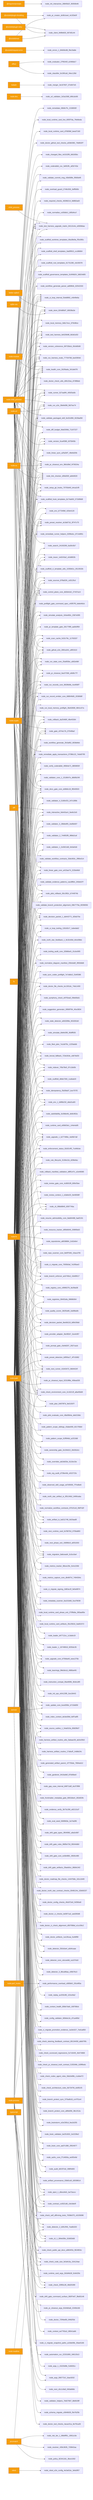
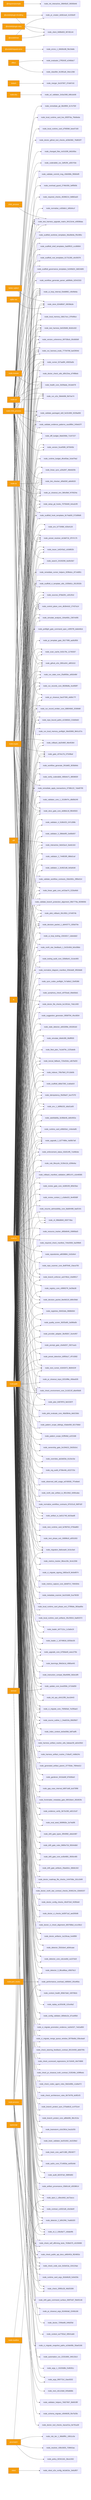
graph LR
  ext_inquirer_prompts_4d547149["@inquirer/prompts"] --> node_init_interactive_28845b2f_39350b46
  ext_octokit_plugin_retry_c9aecc53["@octokit/plugin-retry"] --> node_client_948fe603_907d5144
  ext_octokit_plugin_throttling_7909ece3["@octokit/plugin-throttling"] --> node_client_948fe603_907d5144
  ext_octokit_plugin_throttling_7909ece3["@octokit/plugin-throttling"] --> node_pr_creator_dc6b1ea4_4c333e0f
  ext_octokit_request_error_98ae13cc["@octokit/request-error"] --> node_errors_1_84b56c88_f9e19a8e
  ext_octokit_rest_c6e4d192["@octokit/rest"] --> node_client_948fe603_907d5144
  ext_octokit_rest_c6e4d192["@octokit/rest"] --> node_pr_creator_dc6b1ea4_4c333e0f
  ext_better_sqlite3_d7ed8f1a["better-sqlite3"] --> node_store_824d80d7_69038a3e
  ext_child_process_4845fa97["child_process"] --> node_test_harness_upgrade_matrix_84113c4e_e0838daa
  ext_diff_75a0ee1b["diff"] --> node_interactive_0eb42ac4_3ee6c3c6
  ext_effect_68d1dae1["effect"] --> node_classifier_fe1991a9_34ec128d
  ext_effect_68d1dae1["effect"] --> node_evaluator_27f6343f_e2466dc7
  ext_fs_3f4bb586["fs"] --> node_doctor_file_checks_bc1301dc_74dc1400
  ext_lodash_901466a5["lodash"] --> node_merger_3e167607_07e847e5
  ext_node_child_process_f62b7d19["node:child_process"] --> node_branch_enforcer_acb749cd_10e89517
  ext_node_child_process_f62b7d19["node:child_process"] --> node_changed_files_4c0102f6_bfd165bc
  ext_node_child_process_f62b7d19["node:child_process"] --> node_check_environment_core_2c16213f_a8a456d9
  ext_node_child_process_f62b7d19["node:child_process"] --> node_ci_migrate_core_7005b5af_7e295ae3
  ext_node_child_process_f62b7d19["node:child_process"] --> node_control_plane_core_db3b4cb2_27437a14
  ext_node_child_process_f62b7d19["node:child_process"] --> node_diff_budget_9da0268d_71167227
  ext_node_child_process_f62b7d19["node:child_process"] --> node_docs_gate_core_eb9b6c18_f8540503
  ext_node_child_process_f62b7d19["node:child_process"] --> node_doctor_check_utils_d0fc22ea_d74f86eb
  ext_node_child_process_f62b7d19["node:child_process"] --> node_doctor_github_tool_checks_a53b0382_76d832f7
  ext_node_child_process_f62b7d19["node:child_process"] --> node_github_e2e_2891a341_af6f1610
  ext_node_child_process_f62b7d19["node:child_process"] --> node_health_core_2b2fdada_341de678
  ext_node_child_process_f62b7d19["node:child_process"] --> node_linear_gate_core_a415ae74_222bd4b9
  ext_node_child_process_f62b7d19["node:child_process"] --> node_link_checker_d0fa555f_abfe9020
  ext_node_child_process_f62b7d19["node:child_process"] --> node_local_memory_0db17ecc_97fe98ce
  ext_node_child_process_f62b7d19["node:child_process"] --> node_local_runtime_card_d7fd59bf_beed7160
  ext_node_child_process_f62b7d19["node:child_process"] --> node_local_runtime_card_live_65f2f7da_7feb6eda
  ext_node_child_process_f62b7d19["node:child_process"] --> node_next_runner_41643472_9b94424f
  ext_node_child_process_f62b7d19["node:child_process"] --> node_pr_closeout_0ac07306_e8d9c77f
  ext_node_child_process_f62b7d19["node:child_process"] --> node_pr_closeout_env_9bfcd9ef_f476024a
-   ext_node_child_process_f62b7d19["node:child_process"] --> node_remediate_06b9c7fc_2158505f
+   ext_node_child_process_f62b7d19["node:child_process"] --> node_remediate_git_58c6f6f4_3c7e755f
  ext_node_child_process_f62b7d19["node:child_process"] --> node_run_e2e_39efe696_fb07ee74
  ext_node_child_process_f62b7d19["node:child_process"] --> node_run_harness_evals_77704768_ba42904d
  ext_node_child_process_f62b7d19["node:child_process"] --> node_runner_527aa9f4_40925a5b
  ext_node_child_process_f62b7d19["node:child_process"] --> node_scaffold_hook_templates_8c74ab50_572d99d9
  ext_node_child_process_f62b7d19["node:child_process"] --> node_search_24193290_6a30c5b7
  ext_node_child_process_f62b7d19["node:child_process"] --> node_setup_git_hooks_70750d40_b4ca2cf9
  ext_node_child_process_f62b7d19["node:child_process"] --> node_test_harness_6e520b98_6b3d1d32
  ext_node_child_process_f62b7d19["node:child_process"] --> node_test_harness_upgrade_matrix_84113c4e_e0838daa
  ext_node_child_process_f62b7d19["node:child_process"] --> node_ui_loop_internal_f2eb8892_c4b49e6a
  ext_node_child_process_f62b7d19["node:child_process"] --> node_validate_commit_msg_43b008fe_f9560ef9
+   ext_node_child_process_f62b7d19["node:child_process"] --> node_validate_evidence_patterns_cacd9fb4_240eb37f
  ext_node_child_process_f62b7d19["node:child_process"] --> node_validate_packaged_skill_5e32c890_9228ad58
  ext_node_child_process_f62b7d19["node:child_process"] --> node_version_coherence_69733bcb_00c8d5d9
  ext_node_crypto_c7dfc512["node:crypto"] --> node_artifact_io_ba511748_6d1faad8
  ext_node_crypto_c7dfc512["node:crypto"] --> node_check_environment_core_2c16213f_a8a456d9
  ext_node_crypto_c7dfc512["node:crypto"] --> node_ci_migrate_signing_2d82ac3f_9e5e8974
  ext_node_crypto_c7dfc512["node:crypto"] --> node_control_plane_core_db3b4cb2_27437a14
  ext_node_crypto_c7dfc512["node:crypto"] --> node_decision_packet_1_dd443771_92fa570e
  ext_node_crypto_c7dfc512["node:crypto"] --> node_decision_packet_8ee9d119_b89c59dd
  ext_node_crypto_c7dfc512["node:crypto"] --> node_docs_gate_core_eb9b6c18_f8540503
  ext_node_crypto_c7dfc512["node:crypto"] --> node_enforcement_status_92d314f5_7cd48cbe
  ext_node_crypto_c7dfc512["node:crypto"] --> node_env_b77349bf_420e4120
  ext_node_crypto_c7dfc512["node:crypto"] --> node_gate_c974e17b_07549baf
  ext_node_crypto_c7dfc512["node:crypto"] --> node_idempotency_f5d39a07_bce757f2
  ext_node_crypto_c7dfc512["node:crypto"] --> node_indexer_70fa78e5_97c1bb0b
  ext_node_crypto_c7dfc512["node:crypto"] --> node_lexical_fallback_723e2b3e_cdb7bd33
  ext_node_crypto_c7dfc512["node:crypto"] --> node_linear_sync_a2fa2bf7_48e6d20b
  ext_node_crypto_c7dfc512["node:crypto"] --> node_link_checker_d0fa555f_abfe9020
  ext_node_crypto_c7dfc512["node:crypto"] --> node_migration_8a6cead4_3c3cc0a4
  ext_node_crypto_c7dfc512["node:crypto"] --> node_normalise_cc83ddc1_b95d4ccf
  ext_node_crypto_c7dfc512["node:crypto"] --> node_normalize_diagram_manifest_259cbddf_3f92b8d6
  ext_node_crypto_c7dfc512["node:crypto"] --> node_north_star_feedback_1_9c32c60d_b0cd38dc
  ext_node_crypto_c7dfc512["node:crypto"] --> node_pilot_rollback_00c1f82c_b744974b
  ext_node_crypto_c7dfc512["node:crypto"] --> node_preset_resolver_dc3dd716_3f747c75
  ext_node_crypto_c7dfc512["node:crypto"] --> node_remediate_apply_transactions_0738b122_7ebd0795
  ext_node_crypto_c7dfc512["node:crypto"] --> node_required_checks_46396214_9d882ad3
  ext_node_crypto_c7dfc512["node:crypto"] --> node_rollback_da25480f_48e45364
  ext_node_crypto_c7dfc512["node:crypto"] --> node_run_record_emitter_core_688049d5_2036fd6f
  ext_node_crypto_c7dfc512["node:crypto"] --> node_run_records_core_89286dfa_4ce958f7
  ext_node_crypto_c7dfc512["node:crypto"] --> node_run_state_core_25a955bc_a562e9bf
  ext_node_crypto_c7dfc512["node:crypto"] --> node_scan_cache_fc02c79c_11793337
  ext_node_crypto_c7dfc512["node:crypto"] --> node_simulate_analysis_164a460c_2367e095
  ext_node_crypto_c7dfc512["node:crypto"] --> node_sources_878a52fc_cd312fcd
  ext_node_crypto_c7dfc512["node:crypto"] --> node_test_harness_upgrade_matrix_84113c4e_e0838daa
  ext_node_crypto_c7dfc512["node:crypto"] --> node_tracer_1e6243a2_cb3d802b
  ext_node_crypto_c7dfc512["node:crypto"] --> node_ui_loop_internal_f2eb8892_c4b49e6a
  ext_node_crypto_c7dfc512["node:crypto"] --> node_upgrade_1_b277486e_4a06b7a8
  ext_node_dns_828a0bbf["node:dns"] --> node_url_validator_3c5a1568_b9b1dc66
  ext_node_fs_a15b7d96["node:fs"] --> node_artifact_io_ba511748_6d1faad8
  ext_node_fs_a15b7d96["node:fs"] --> node_artifact_provenance_03b81cbf_d3038614
  ext_node_fs_a15b7d96["node:fs"] --> node_audit_b81f37a0_398f4d93
  ext_node_fs_a15b7d96["node:fs"] --> node_authz_core_f714650a_ee0f2e9d
  ext_node_fs_a15b7d96["node:fs"] --> node_brain_core_aa07c380_2f924977
  ext_node_fs_a15b7d96["node:fs"] --> node_brain_validator_be251832_2e2228e2
  ext_node_fs_a15b7d96["node:fs"] --> node_brainstorm_e2e2381d_fea1b255
  ext_node_fs_a15b7d96["node:fs"] --> node_branch_enforcer_acb749cd_10e89517
  ext_node_fs_a15b7d96["node:fs"] --> node_branch_protect_core_a8feb0fd_38c1f12a
  ext_node_fs_a15b7d96["node:fs"] --> node_branch_protect_sync_570adb18_cc4751e4
  ext_node_fs_a15b7d96["node:fs"] --> node_check_20f65c28_48d25399
  ext_node_fs_a15b7d96["node:fs"] --> node_check_architecture_rules_6b7347fd_dc8f2cf3
  ext_node_fs_a15b7d96["node:fs"] --> node_check_code_size_9c5efc3a_154124ae
  ext_node_fs_a15b7d96["node:fs"] --> node_check_codex_agent_roles_5bb2e89b_c1a9a472
  ext_node_fs_a15b7d96["node:fs"] --> node_check_environment_core_2c16213f_a8a456d9
  ext_node_fs_a15b7d96["node:fs"] --> node_check_pr_closeout_truth_contract_f135348c_b39f6edc
  ext_node_fs_a15b7d96["node:fs"] --> node_check_public_api_docs_a9604f1b_f824853c
  ext_node_fs_a15b7d96["node:fs"] --> node_check_scorecard_regressions_5c7c6445_4b474868
  ext_node_fs_a15b7d96["node:fs"] --> node_check_self_affirming_tests_7638e575_c6155698
  ext_node_fs_a15b7d96["node:fs"] --> node_check_steering_feedback_contract_80134459_abb076fc
  ext_node_fs_a15b7d96["node:fs"] --> node_ci_migrate_core_7005b5af_7e295ae3
+   ext_node_fs_a15b7d96["node:fs"] --> node_ci_migrate_merge_queue_window_0070bd6d_03bcdaa9
  ext_node_fs_a15b7d96["node:fs"] --> node_ci_migrate_promotion_evidence_1a2dc527_7ed1a850
-   ext_node_fs_a15b7d96["node:fs"] --> node_cli_1_084e05fe_02d92b68
+   ext_node_fs_a15b7d96["node:fs"] --> node_cli_2_10bc8a77_c6dab4fb
  ext_node_fs_a15b7d96["node:fs"] --> node_cli_99bb8840_659774ba
  ext_node_fs_a15b7d96["node:fs"] --> node_config_validator_669ebc2e_d7ca485d
  ext_node_fs_a15b7d96["node:fs"] --> node_context_health_80bb7da9_169768cb
  ext_node_fs_a15b7d96["node:fs"] --> node_contract_cc8321d6_c0e3de0f
  ext_node_fs_a15b7d96["node:fs"] --> node_control_plane_core_db3b4cb2_27437a14
  ext_node_fs_a15b7d96["node:fs"] --> node_decision_packet_1_dd443771_92fa570e
  ext_node_fs_a15b7d96["node:fs"] --> node_decision_packet_8ee9d119_b89c59dd
  ext_node_fs_a15b7d96["node:fs"] --> node_detector_2_b0fc2f46_7ea6b320
  ext_node_fs_a15b7d96["node:fs"] --> node_detector_3_86ca96aa_c95676c3
  ext_node_fs_a15b7d96["node:fs"] --> node_detector_core_cdccee8d_ca107dc8
  ext_node_fs_a15b7d96["node:fs"] --> node_detector_f2b3cbe4_a0d4caae
  ext_node_fs_a15b7d96["node:fs"] --> node_diff_budget_9da0268d_71167227
  ext_node_fs_a15b7d96["node:fs"] --> node_docs_gate_core_eb9b6c18_f8540503
  ext_node_fs_a15b7d96["node:fs"] --> node_doctor_artifacts_1a126caa_fcefdf99
  ext_node_fs_a15b7d96["node:fs"] --> node_doctor_check_utils_d0fc22ea_d74f86eb
  ext_node_fs_a15b7d96["node:fs"] --> node_doctor_ci_check_alignment_d50768bd_e1cc59c2
  ext_node_fs_a15b7d96["node:fs"] --> node_doctor_ci_checks_bd3971a2_aed260d6
  ext_node_fs_a15b7d96["node:fs"] --> node_doctor_config_checks_49c872e0_f42fb5e8
  ext_node_fs_a15b7d96["node:fs"] --> node_doctor_file_checks_bc1301dc_74dc1400
  ext_node_fs_a15b7d96["node:fs"] --> node_doctor_north_star_contract_checks_0048124c_02b00237
  ext_node_fs_a15b7d96["node:fs"] --> node_doctor_roadmap_file_checks_14447b8e_2d1c2d49
  ext_node_fs_a15b7d96["node:fs"] --> node_drift_gate_artifacts_29aeb0cc_86b9c342
  ext_node_fs_a15b7d96["node:fs"] --> node_drift_gate_core_ec6b4881_9500c485
  ext_node_fs_a15b7d96["node:fs"] --> node_drift_gate_rules_9685e72d_95044db0
  ext_node_fs_a15b7d96["node:fs"] --> node_drift_gate_types_3f045f82_a9a3c987
  ext_node_fs_a15b7d96["node:fs"] --> node_eject_1_d0ecd4d1_ba72accc
  ext_node_fs_a15b7d96["node:fs"] --> node_enforcement_status_92d314f5_7cd48cbe
  ext_node_fs_a15b7d96["node:fs"] --> node_env_1_b6f6b232_dda31a93
  ext_node_fs_a15b7d96["node:fs"] --> node_env_b77349bf_420e4120
  ext_node_fs_a15b7d96["node:fs"] --> node_eval_seed_5699fd3e_2a74a5f6
  ext_node_fs_a15b7d96["node:fs"] --> node_evidence_verify_3b73c290_e82131d7
  ext_node_fs_a15b7d96["node:fs"] --> node_fleet_plan_7a1dd79c_1225abdb
  ext_node_fs_a15b7d96["node:fs"] --> node_frontmatter_metadata_gate_6901bbe4_282d02fe
  ext_node_fs_a15b7d96["node:fs"] --> node_gap_case_internal_b9871ddf_dcd73f98
  ext_node_fs_a15b7d96["node:fs"] --> node_gardener_9416a9df_87b06be0
  ext_node_fs_a15b7d96["node:fs"] --> node_gate_c974e17b_07549baf
  ext_node_fs_a15b7d96["node:fs"] --> node_generated_artifact_parent_1f7755de_7894ed12
  ext_node_fs_a15b7d96["node:fs"] --> node_github_e2e_2891a341_af6f1610
  ext_node_fs_a15b7d96["node:fs"] --> node_harness_artifact_routine_17afacff_14dbb24c
  ext_node_fs_a15b7d96["node:fs"] --> node_harness_artifact_routine_utils_5abaac59_ab2e20b3
  ext_node_fs_a15b7d96["node:fs"] --> node_health_core_2b2fdada_341de678
  ext_node_fs_a15b7d96["node:fs"] --> node_idempotency_f5d39a07_bce757f2
  ext_node_fs_a15b7d96["node:fs"] --> node_index_context_de3ed39d_6df7adf5
  ext_node_fs_a15b7d96["node:fs"] --> node_indexer_70fa78e5_97c1bb0b
  ext_node_fs_a15b7d96["node:fs"] --> node_init_ops_e54123f9_3ce18443
  ext_node_fs_a15b7d96["node:fs"] --> node_instruction_compat_06a469fd_3b3e1df0
  ext_node_fs_a15b7d96["node:fs"] --> node_interactive_0eb42ac4_3ee6c3c6
  ext_node_fs_a15b7d96["node:fs"] --> node_learnings_9feb3e1d_4980a445
  ext_node_fs_a15b7d96["node:fs"] --> node_lexical_fallback_723e2b3e_cdb7bd33
  ext_node_fs_a15b7d96["node:fs"] --> node_linear_gate_core_a415ae74_222bd4b9
  ext_node_fs_a15b7d96["node:fs"] --> node_linear_sync_a2fa2bf7_48e6d20b
  ext_node_fs_a15b7d96["node:fs"] --> node_link_checker_d0fa555f_abfe9020
  ext_node_fs_a15b7d96["node:fs"] --> node_loader_1_16749818_9255dc35
  ext_node_fs_a15b7d96["node:fs"] --> node_loader_d47712cc_1c3a0e19
  ext_node_fs_a15b7d96["node:fs"] --> node_local_memory_0db17ecc_97fe98ce
  ext_node_fs_a15b7d96["node:fs"] --> node_local_runtime_card_artifacts_35c25816_0ad02372
  ext_node_fs_a15b7d96["node:fs"] --> node_local_runtime_card_phase_exit_275ffa9a_383aa95e
  ext_node_fs_a15b7d96["node:fs"] --> node_metadata_scanner_6a101b66_5ca79039
  ext_node_fs_a15b7d96["node:fs"] --> node_metrics_capture_core_db4bf7cf_7494304c
  ext_node_fs_a15b7d96["node:fs"] --> node_metrics_tracker_98cec29c_9c4c2266
  ext_node_fs_a15b7d96["node:fs"] --> node_migration_8a6cead4_3c3cc0a4
  ext_node_fs_a15b7d96["node:fs"] --> node_next_phase_exit_1fd996c9_a5f31003
  ext_node_fs_a15b7d96["node:fs"] --> node_next_runner_41643472_9b94424f
  ext_node_fs_a15b7d96["node:fs"] --> node_next_runtime_card_fa7867b3_0756a883
  ext_node_fs_a15b7d96["node:fs"] --> node_normalize_diagram_manifest_259cbddf_3f92b8d6
  ext_node_fs_a15b7d96["node:fs"] --> node_normalize_workflow_contracts_8701f1c8_0fdf7d2f
  ext_node_fs_a15b7d96["node:fs"] --> node_north_star_artifact_io_9f2c34b2_6490caba
  ext_node_fs_a15b7d96["node:fs"] --> node_north_star_feedback_1_9c32c60d_b0cd38dc
  ext_node_fs_a15b7d96["node:fs"] --> node_observed_skill_usage_ed7d5930_7f7edbe6
  ext_node_fs_a15b7d96["node:fs"] --> node_org_audit_d739e44b_e522723c
  ext_node_fs_a15b7d96["node:fs"] --> node_overrides_ab2dd33e_6115e15e
  ext_node_fs_a15b7d96["node:fs"] --> node_ownership_gate_2e194d13_2b02b2e1
  ext_node_fs_a15b7d96["node:fs"] --> node_pattern_scope_61ff946d_a1f21fd8
  ext_node_fs_a15b7d96["node:fs"] --> node_pattern_scope_siblings_43abe000_821756b0
  ext_node_fs_a15b7d96["node:fs"] --> node_pilot_evaluate_core_48a59b4a_deb218dc
  ext_node_fs_a15b7d96["node:fs"] --> node_pilot_rollback_00c1f82c_b744974b
  ext_node_fs_a15b7d96["node:fs"] --> node_plan_64879f7d_9e01597f
  ext_node_fs_a15b7d96["node:fs"] --> node_pr_closeout_0ac07306_e8d9c77f
  ext_node_fs_a15b7d96["node:fs"] --> node_pr_closeout_env_9bfcd9ef_f476024a
  ext_node_fs_a15b7d96["node:fs"] --> node_pr_closeout_input_02319f8e_456ea535
  ext_node_fs_a15b7d96["node:fs"] --> node_pr_template_gate_281778f9_aa0b3f59
  ext_node_fs_a15b7d96["node:fs"] --> node_preflight_gate_command_spec_c45f57f0_bdeb46cb
  ext_node_fs_a15b7d96["node:fs"] --> node_preset_detection_b0f00a17_4f7c5082
  ext_node_fs_a15b7d96["node:fs"] --> node_preset_resolver_dc3dd716_3f747c75
  ext_node_fs_a15b7d96["node:fs"] --> node_prompt_gate_c5e9d207_2927cacb
  ext_node_fs_a15b7d96["node:fs"] --> node_provider_adapter_3bcf82b7_3ce4cf67
  ext_node_fs_a15b7d96["node:fs"] --> node_quality_scorer_362f2a90_2a086a0b
  ext_node_fs_a15b7d96["node:fs"] --> node_registries_06402afa_0868b564
  ext_node_fs_a15b7d96["node:fs"] --> node_registry_core_c9990279_3e2fda38
  ext_node_fs_a15b7d96["node:fs"] --> node_remediate_apply_transactions_0738b122_7ebd0795
  ext_node_fs_a15b7d96["node:fs"] --> node_remediate_runner_helpers_929fedcc_8714d951
+   ext_node_fs_a15b7d96["node:fs"] --> node_repo_bound_paths_e218b5b3_216d0eb0
  ext_node_fs_a15b7d96["node:fs"] --> node_repo_scanner_core_8e9f7646_10aca705
  ext_node_fs_a15b7d96["node:fs"] --> node_repositories_a8038884_2c62efe4
+   ext_node_fs_a15b7d96["node:fs"] --> node_required_check_manifest_744e3936_5a20f8d5
  ext_node_fs_a15b7d96["node:fs"] --> node_resource_tracker_d95b6649_20895bd3
  ext_node_fs_a15b7d96["node:fs"] --> node_resume_admissibility_core_8ab84488_faaf2191
  ext_node_fs_a15b7d96["node:fs"] --> node_review_context_1_e3afed15_9e46568f
  ext_node_fs_a15b7d96["node:fs"] --> node_review_gate_core_4c8001f9_809cf3ee
  ext_node_fs_a15b7d96["node:fs"] --> node_rollback_da25480f_48e45364
  ext_node_fs_a15b7d96["node:fs"] --> node_rollback_manifest_validation_d8f5147c_e2e46585
  ext_node_fs_a15b7d96["node:fs"] --> node_rule_lifecycle_3130e11b_d296efac
  ext_node_fs_a15b7d96["node:fs"] --> node_run_e2e_39efe696_fb07ee74
  ext_node_fs_a15b7d96["node:fs"] --> node_run_harness_evals_77704768_ba42904d
  ext_node_fs_a15b7d96["node:fs"] --> node_run_record_emitter_core_688049d5_2036fd6f
  ext_node_fs_a15b7d96["node:fs"] --> node_run_records_core_89286dfa_4ce958f7
  ext_node_fs_a15b7d96["node:fs"] --> node_run_state_core_25a955bc_a562e9bf
  ext_node_fs_a15b7d96["node:fs"] --> node_runner_527aa9f4_40925a5b
+   ext_node_fs_a15b7d96["node:fs"] --> node_runtime_budget_dfce83ae_5cbd79a2
  ext_node_fs_a15b7d96["node:fs"] --> node_runtime_card_e06b53e1_144e4a95
  ext_node_fs_a15b7d96["node:fs"] --> node_satisfiability_6c08de4b_de8c902a
  ext_node_fs_a15b7d96["node:fs"] --> node_scaffold_ci_template_utils_1035b61c_0513532b
  ext_node_fs_a15b7d96["node:fs"] --> node_scaffold_db8a7260_1ca6adc9
  ext_node_fs_a15b7d96["node:fs"] --> node_scaffold_governance_templates_5c949d24_3d624d65
  ext_node_fs_a15b7d96["node:fs"] --> node_scaffold_hook_templates_8c74ab50_572d99d9
  ext_node_fs_a15b7d96["node:fs"] --> node_scaffold_root_templates_61731280_c6c59378
  ext_node_fs_a15b7d96["node:fs"] --> node_scaffold_shell_templates_0ad0f915_ccc86664
  ext_node_fs_a15b7d96["node:fs"] --> node_scaffold_worktree_templates_66a38e9a_ff3c085c
  ext_node_fs_a15b7d96["node:fs"] --> node_scan_cache_fc02c79c_11793337
  ext_node_fs_a15b7d96["node:fs"] --> node_setup_git_hooks_70750d40_b4ca2cf9
  ext_node_fs_a15b7d96["node:fs"] --> node_simulate_analysis_164a460c_2367e095
  ext_node_fs_a15b7d96["node:fs"] --> node_simulate_b9efe395_90dff935
  ext_node_fs_a15b7d96["node:fs"] --> node_source_outline_1_54a631fa_8582fb07
  ext_node_fs_a15b7d96["node:fs"] --> node_sources_878a52fc_cd312fcd
  ext_node_fs_a15b7d96["node:fs"] --> node_stale_detector_a563289e_653281b0
  ext_node_fs_a15b7d96["node:fs"] --> node_store_824d80d7_69038a3e
  ext_node_fs_a15b7d96["node:fs"] --> node_suggestion_generator_0956f794_4fce3834
  ext_node_fs_a15b7d96["node:fs"] --> node_symphony_check_e97f2ea0_09eb5bd1
  ext_node_fs_a15b7d96["node:fs"] --> node_sync_codex_preflight_7e7a8dc2_f2ef0386
  ext_node_fs_a15b7d96["node:fs"] --> node_test_harness_6e520b98_6b3d1d32
  ext_node_fs_a15b7d96["node:fs"] --> node_test_harness_upgrade_matrix_84113c4e_e0838daa
  ext_node_fs_a15b7d96["node:fs"] --> node_tooling_audit_core_328d6a41_01cbc905
  ext_node_fs_a15b7d96["node:fs"] --> node_tracer_1e6243a2_cb3d802b
  ext_node_fs_a15b7d96["node:fs"] --> node_ui_loop_internal_f2eb8892_c4b49e6a
  ext_node_fs_a15b7d96["node:fs"] --> node_ui_loop_tooling_12b2d2c7_1abedab2
  ext_node_fs_a15b7d96["node:fs"] --> node_update_core_bced358c_b710dd59
  ext_node_fs_a15b7d96["node:fs"] --> node_upgrade_1_b277486e_4a06b7a8
  ext_node_fs_a15b7d96["node:fs"] --> node_upgrade_core_b759da40_eeec275b
  ext_node_fs_a15b7d96["node:fs"] --> node_validate_branch_protection_alignment_09b7779a_6f299056
  ext_node_fs_a15b7d96["node:fs"] --> node_validate_commit_msg_43b008fe_f9560ef9
  ext_node_fs_a15b7d96["node:fs"] --> node_validate_evidence_patterns_cacd9fb4_240eb37f
  ext_node_fs_a15b7d96["node:fs"] --> node_validate_packaged_skill_5e32c890_9228ad58
  ext_node_fs_a15b7d96["node:fs"] --> node_validate_workflow_contracts_33dc063c_2f80e314
  ext_node_fs_a15b7d96["node:fs"] --> node_validator_1_0c0621d8_0e5afcb6
  ext_node_fs_a15b7d96["node:fs"] --> node_validator_2_744853f5_98bb2caf
  ext_node_fs_a15b7d96["node:fs"] --> node_validator_3_28b6e9f3_2ed5b007
  ext_node_fs_a15b7d96["node:fs"] --> node_validator_4_5180cf23_247c289b
  ext_node_fs_a15b7d96["node:fs"] --> node_validator_core_1_1518647e_d8d0b249
  ext_node_fs_a15b7d96["node:fs"] --> node_verify_coderabbit_490b4e71_8859655f
  ext_node_fs_a15b7d96["node:fs"] --> node_version_5ca4f385_fd75945b
  ext_node_fs_a15b7d96["node:fs"] --> node_version_coherence_69733bcb_00c8d5d9
  ext_node_fs_a15b7d96["node:fs"] --> node_workflow_generate_2fc0af62_803bbfeb
  ext_node_fs_a15b7d96["node:fs"] --> node_workflow_generate_parser_ad69fefe_62542333
  ext_node_module_ca1b42af["node:module"] --> node_health_core_2b2fdada_341de678
  ext_node_os_d93fe73a["node:os"] --> node_env_1_b6f6b232_dda31a93
  ext_node_os_d93fe73a["node:os"] --> node_github_e2e_2891a341_af6f1610
  ext_node_os_d93fe73a["node:os"] --> node_link_checker_d0fa555f_abfe9020
  ext_node_os_d93fe73a["node:os"] --> node_overload_guard_2748c559_3eff560b
  ext_node_os_d93fe73a["node:os"] --> node_performance_overload_c685bfcf_291ef65a
  ext_node_os_d93fe73a["node:os"] --> node_pr_closeout_env_9bfcd9ef_f476024a
  ext_node_os_d93fe73a["node:os"] --> node_runner_527aa9f4_40925a5b
  ext_node_os_d93fe73a["node:os"] --> node_test_harness_6e520b98_6b3d1d32
  ext_node_os_d93fe73a["node:os"] --> node_test_harness_upgrade_matrix_84113c4e_e0838daa
  ext_node_path_78811c13["node:path"] --> node_args_090772cf_1bac9202
  ext_node_path_78811c13["node:path"] --> node_args_1_15220d9b_f1d9281c
  ext_node_path_78811c13["node:path"] --> node_artifact_io_ba511748_6d1faad8
  ext_node_path_78811c13["node:path"] --> node_artifact_provenance_03b81cbf_d3038614
  ext_node_path_78811c13["node:path"] --> node_audit_b81f37a0_398f4d93
  ext_node_path_78811c13["node:path"] --> node_authz_core_f714650a_ee0f2e9d
  ext_node_path_78811c13["node:path"] --> node_automation_run_22331800_346133c3
  ext_node_path_78811c13["node:path"] --> node_brain_core_aa07c380_2f924977
  ext_node_path_78811c13["node:path"] --> node_brain_validator_be251832_2e2228e2
  ext_node_path_78811c13["node:path"] --> node_brainstorm_e2e2381d_fea1b255
  ext_node_path_78811c13["node:path"] --> node_branch_enforcer_acb749cd_10e89517
  ext_node_path_78811c13["node:path"] --> node_branch_protect_core_a8feb0fd_38c1f12a
  ext_node_path_78811c13["node:path"] --> node_branch_protect_sync_570adb18_cc4751e4
  ext_node_path_78811c13["node:path"] --> node_check_20f65c28_48d25399
  ext_node_path_78811c13["node:path"] --> node_check_architecture_rules_6b7347fd_dc8f2cf3
  ext_node_path_78811c13["node:path"] --> node_check_code_size_9c5efc3a_154124ae
  ext_node_path_78811c13["node:path"] --> node_check_codex_agent_roles_5bb2e89b_c1a9a472
  ext_node_path_78811c13["node:path"] --> node_check_environment_core_2c16213f_a8a456d9
  ext_node_path_78811c13["node:path"] --> node_check_pr_closeout_truth_contract_f135348c_b39f6edc
  ext_node_path_78811c13["node:path"] --> node_check_public_api_docs_a9604f1b_f824853c
  ext_node_path_78811c13["node:path"] --> node_check_scorecard_regressions_5c7c6445_4b474868
  ext_node_path_78811c13["node:path"] --> node_check_self_affirming_tests_7638e575_c6155698
  ext_node_path_78811c13["node:path"] --> node_check_steering_feedback_contract_80134459_abb076fc
  ext_node_path_78811c13["node:path"] --> node_ci_migrate_core_7005b5af_7e295ae3
+   ext_node_path_78811c13["node:path"] --> node_ci_migrate_merge_queue_window_0070bd6d_03bcdaa9
  ext_node_path_78811c13["node:path"] --> node_ci_migrate_promotion_evidence_1a2dc527_7ed1a850
  ext_node_path_78811c13["node:path"] --> node_ci_migrate_snapshot_paths_a10de06b_30ae5166
-   ext_node_path_78811c13["node:path"] --> node_cli_1_084e05fe_02d92b68
+   ext_node_path_78811c13["node:path"] --> node_cli_2_10bc8a77_c6dab4fb
  ext_node_path_78811c13["node:path"] --> node_cli_99bb8840_659774ba
  ext_node_path_78811c13["node:path"] --> node_config_validator_669ebc2e_d7ca485d
  ext_node_path_78811c13["node:path"] --> node_context_ea7792a2_08541ab6
  ext_node_path_78811c13["node:path"] --> node_context_health_80bb7da9_169768cb
  ext_node_path_78811c13["node:path"] --> node_contract_cc8321d6_c0e3de0f
  ext_node_path_78811c13["node:path"] --> node_control_plane_core_db3b4cb2_27437a14
  ext_node_path_78811c13["node:path"] --> node_decision_packet_1_dd443771_92fa570e
  ext_node_path_78811c13["node:path"] --> node_decision_packet_8ee9d119_b89c59dd
  ext_node_path_78811c13["node:path"] --> node_detector_2_b0fc2f46_7ea6b320
  ext_node_path_78811c13["node:path"] --> node_detector_3_86ca96aa_c95676c3
  ext_node_path_78811c13["node:path"] --> node_detector_core_cdccee8d_ca107dc8
  ext_node_path_78811c13["node:path"] --> node_detector_f2b3cbe4_a0d4caae
  ext_node_path_78811c13["node:path"] --> node_docs_gate_core_eb9b6c18_f8540503
  ext_node_path_78811c13["node:path"] --> node_doctor_72f4be89_04fd2f3d
  ext_node_path_78811c13["node:path"] --> node_doctor_artifacts_1a126caa_fcefdf99
  ext_node_path_78811c13["node:path"] --> node_doctor_ci_check_alignment_d50768bd_e1cc59c2
  ext_node_path_78811c13["node:path"] --> node_doctor_ci_checks_bd3971a2_aed260d6
  ext_node_path_78811c13["node:path"] --> node_doctor_config_checks_49c872e0_f42fb5e8
  ext_node_path_78811c13["node:path"] --> node_doctor_file_checks_bc1301dc_74dc1400
  ext_node_path_78811c13["node:path"] --> node_doctor_north_star_contract_checks_0048124c_02b00237
  ext_node_path_78811c13["node:path"] --> node_doctor_roadmap_file_checks_14447b8e_2d1c2d49
  ext_node_path_78811c13["node:path"] --> node_drift_gate_artifacts_29aeb0cc_86b9c342
  ext_node_path_78811c13["node:path"] --> node_drift_gate_command_surface_060f7e67_f8e83146
  ext_node_path_78811c13["node:path"] --> node_drift_gate_core_ec6b4881_9500c485
  ext_node_path_78811c13["node:path"] --> node_drift_gate_rules_9685e72d_95044db0
  ext_node_path_78811c13["node:path"] --> node_drift_gate_types_3f045f82_a9a3c987
  ext_node_path_78811c13["node:path"] --> node_eject_1_d0ecd4d1_ba72accc
  ext_node_path_78811c13["node:path"] --> node_enforcement_status_92d314f5_7cd48cbe
  ext_node_path_78811c13["node:path"] --> node_env_1_b6f6b232_dda31a93
  ext_node_path_78811c13["node:path"] --> node_eval_seed_5699fd3e_2a74a5f6
  ext_node_path_78811c13["node:path"] --> node_evidence_verify_3b73c290_e82131d7
  ext_node_path_78811c13["node:path"] --> node_frontmatter_metadata_gate_6901bbe4_282d02fe
  ext_node_path_78811c13["node:path"] --> node_gap_case_internal_b9871ddf_dcd73f98
  ext_node_path_78811c13["node:path"] --> node_gardener_9416a9df_87b06be0
  ext_node_path_78811c13["node:path"] --> node_gate_c974e17b_07549baf
  ext_node_path_78811c13["node:path"] --> node_generated_artifact_parent_1f7755de_7894ed12
  ext_node_path_78811c13["node:path"] --> node_github_e2e_2891a341_af6f1610
  ext_node_path_78811c13["node:path"] --> node_harness_artifact_routine_17afacff_14dbb24c
  ext_node_path_78811c13["node:path"] --> node_harness_artifact_routine_utils_5abaac59_ab2e20b3
  ext_node_path_78811c13["node:path"] --> node_health_core_2b2fdada_341de678
  ext_node_path_78811c13["node:path"] --> node_idempotency_f5d39a07_bce757f2
  ext_node_path_78811c13["node:path"] --> node_index_context_de3ed39d_6df7adf5
  ext_node_path_78811c13["node:path"] --> node_indexer_70fa78e5_97c1bb0b
  ext_node_path_78811c13["node:path"] --> node_init_ops_e54123f9_3ce18443
  ext_node_path_78811c13["node:path"] --> node_instruction_compat_06a469fd_3b3e1df0
  ext_node_path_78811c13["node:path"] --> node_interactive_0eb42ac4_3ee6c3c6
  ext_node_path_78811c13["node:path"] --> node_learnings_9feb3e1d_4980a445
  ext_node_path_78811c13["node:path"] --> node_lexical_fallback_723e2b3e_cdb7bd33
  ext_node_path_78811c13["node:path"] --> node_linear_gate_core_a415ae74_222bd4b9
  ext_node_path_78811c13["node:path"] --> node_link_checker_d0fa555f_abfe9020
  ext_node_path_78811c13["node:path"] --> node_loader_1_16749818_9255dc35
  ext_node_path_78811c13["node:path"] --> node_loader_d47712cc_1c3a0e19
  ext_node_path_78811c13["node:path"] --> node_local_runtime_card_artifacts_35c25816_0ad02372
  ext_node_path_78811c13["node:path"] --> node_local_runtime_card_phase_exit_275ffa9a_383aa95e
  ext_node_path_78811c13["node:path"] --> node_metadata_scanner_6a101b66_5ca79039
  ext_node_path_78811c13["node:path"] --> node_metrics_capture_core_db4bf7cf_7494304c
  ext_node_path_78811c13["node:path"] --> node_metrics_tracker_98cec29c_9c4c2266
  ext_node_path_78811c13["node:path"] --> node_migration_8a6cead4_3c3cc0a4
  ext_node_path_78811c13["node:path"] --> node_next_phase_exit_1fd996c9_a5f31003
  ext_node_path_78811c13["node:path"] --> node_next_runner_41643472_9b94424f
  ext_node_path_78811c13["node:path"] --> node_next_runtime_card_fa7867b3_0756a883
  ext_node_path_78811c13["node:path"] --> node_normalize_diagram_manifest_259cbddf_3f92b8d6
  ext_node_path_78811c13["node:path"] --> node_normalize_workflow_contracts_8701f1c8_0fdf7d2f
  ext_node_path_78811c13["node:path"] --> node_north_star_artifact_io_9f2c34b2_6490caba
  ext_node_path_78811c13["node:path"] --> node_north_star_feedback_1_9c32c60d_b0cd38dc
  ext_node_path_78811c13["node:path"] --> node_observed_skill_usage_ed7d5930_7f7edbe6
  ext_node_path_78811c13["node:path"] --> node_org_audit_d739e44b_e522723c
  ext_node_path_78811c13["node:path"] --> node_overrides_ab2dd33e_6115e15e
  ext_node_path_78811c13["node:path"] --> node_ownership_gate_2e194d13_2b02b2e1
  ext_node_path_78811c13["node:path"] --> node_pattern_scope_61ff946d_a1f21fd8
  ext_node_path_78811c13["node:path"] --> node_pattern_scope_siblings_43abe000_821756b0
  ext_node_path_78811c13["node:path"] --> node_pilot_evaluate_core_48a59b4a_deb218dc
  ext_node_path_78811c13["node:path"] --> node_pilot_rollback_00c1f82c_b744974b
  ext_node_path_78811c13["node:path"] --> node_plan_64879f7d_9e01597f
  ext_node_path_78811c13["node:path"] --> node_pr_closeout_0ac07306_e8d9c77f
  ext_node_path_78811c13["node:path"] --> node_pr_closeout_args_8164b0a8_2240b166
  ext_node_path_78811c13["node:path"] --> node_pr_closeout_env_9bfcd9ef_f476024a
  ext_node_path_78811c13["node:path"] --> node_pr_closeout_input_02319f8e_456ea535
  ext_node_path_78811c13["node:path"] --> node_preset_detection_b0f00a17_4f7c5082
  ext_node_path_78811c13["node:path"] --> node_preset_resolver_dc3dd716_3f747c75
  ext_node_path_78811c13["node:path"] --> node_prompt_gate_c5e9d207_2927cacb
  ext_node_path_78811c13["node:path"] --> node_provider_adapter_3bcf82b7_3ce4cf67
  ext_node_path_78811c13["node:path"] --> node_quality_scorer_362f2a90_2a086a0b
  ext_node_path_78811c13["node:path"] --> node_registries_06402afa_0868b564
  ext_node_path_78811c13["node:path"] --> node_registry_core_c9990279_3e2fda38
  ext_node_path_78811c13["node:path"] --> node_remediate_apply_transactions_0738b122_7ebd0795
  ext_node_path_78811c13["node:path"] --> node_replay_ac203c98_115ce9a2
+   ext_node_path_78811c13["node:path"] --> node_repo_bound_paths_e218b5b3_216d0eb0
  ext_node_path_78811c13["node:path"] --> node_repo_scanner_core_8e9f7646_10aca705
  ext_node_path_78811c13["node:path"] --> node_repositories_a8038884_2c62efe4
+   ext_node_path_78811c13["node:path"] --> node_required_check_manifest_744e3936_5a20f8d5
  ext_node_path_78811c13["node:path"] --> node_resource_tracker_d95b6649_20895bd3
  ext_node_path_78811c13["node:path"] --> node_resume_admissibility_core_8ab84488_faaf2191
  ext_node_path_78811c13["node:path"] --> node_review_context_1_e3afed15_9e46568f
  ext_node_path_78811c13["node:path"] --> node_review_gate_core_4c8001f9_809cf3ee
  ext_node_path_78811c13["node:path"] --> node_rollback_da25480f_48e45364
  ext_node_path_78811c13["node:path"] --> node_rollback_manifest_validation_d8f5147c_e2e46585
  ext_node_path_78811c13["node:path"] --> node_rule_lifecycle_3130e11b_d296efac
  ext_node_path_78811c13["node:path"] --> node_run_e2e_39efe696_fb07ee74
  ext_node_path_78811c13["node:path"] --> node_run_harness_evals_77704768_ba42904d
  ext_node_path_78811c13["node:path"] --> node_run_local_memory_preflight_36e92808_9841c57a
  ext_node_path_78811c13["node:path"] --> node_run_record_emitter_core_688049d5_2036fd6f
  ext_node_path_78811c13["node:path"] --> node_run_records_core_89286dfa_4ce958f7
  ext_node_path_78811c13["node:path"] --> node_run_state_core_25a955bc_a562e9bf
  ext_node_path_78811c13["node:path"] --> node_runner_527aa9f4_40925a5b
  ext_node_path_78811c13["node:path"] --> node_runtime_card_args_2b3d4b28_5cfe029c
  ext_node_path_78811c13["node:path"] --> node_runtime_card_e06b53e1_144e4a95
  ext_node_path_78811c13["node:path"] --> node_satisfiability_6c08de4b_de8c902a
  ext_node_path_78811c13["node:path"] --> node_scaffold_ci_template_utils_1035b61c_0513532b
  ext_node_path_78811c13["node:path"] --> node_scaffold_db8a7260_1ca6adc9
  ext_node_path_78811c13["node:path"] --> node_scaffold_hook_templates_8c74ab50_572d99d9
  ext_node_path_78811c13["node:path"] --> node_scan_cache_fc02c79c_11793337
  ext_node_path_78811c13["node:path"] --> node_search_24193290_6a30c5b7
  ext_node_path_78811c13["node:path"] --> node_setup_git_hooks_70750d40_b4ca2cf9
  ext_node_path_78811c13["node:path"] --> node_simulate_analysis_164a460c_2367e095
  ext_node_path_78811c13["node:path"] --> node_simulate_b9efe395_90dff935
  ext_node_path_78811c13["node:path"] --> node_source_outline_1_54a631fa_8582fb07
  ext_node_path_78811c13["node:path"] --> node_sources_878a52fc_cd312fcd
  ext_node_path_78811c13["node:path"] --> node_stale_detector_a563289e_653281b0
  ext_node_path_78811c13["node:path"] --> node_store_824d80d7_69038a3e
  ext_node_path_78811c13["node:path"] --> node_suggestion_generator_0956f794_4fce3834
  ext_node_path_78811c13["node:path"] --> node_symphony_check_e97f2ea0_09eb5bd1
  ext_node_path_78811c13["node:path"] --> node_sync_codex_preflight_7e7a8dc2_f2ef0386
  ext_node_path_78811c13["node:path"] --> node_test_harness_6e520b98_6b3d1d32
  ext_node_path_78811c13["node:path"] --> node_test_harness_upgrade_matrix_84113c4e_e0838daa
  ext_node_path_78811c13["node:path"] --> node_tooling_audit_core_328d6a41_01cbc905
  ext_node_path_78811c13["node:path"] --> node_tracer_1e6243a2_cb3d802b
  ext_node_path_78811c13["node:path"] --> node_ui_loop_internal_f2eb8892_c4b49e6a
  ext_node_path_78811c13["node:path"] --> node_ui_loop_tooling_12b2d2c7_1abedab2
  ext_node_path_78811c13["node:path"] --> node_update_core_bced358c_b710dd59
  ext_node_path_78811c13["node:path"] --> node_upgrade_1_b277486e_4a06b7a8
  ext_node_path_78811c13["node:path"] --> node_upgrade_core_b759da40_eeec275b
  ext_node_path_78811c13["node:path"] --> node_validate_branch_protection_alignment_09b7779a_6f299056
  ext_node_path_78811c13["node:path"] --> node_validate_evidence_patterns_cacd9fb4_240eb37f
  ext_node_path_78811c13["node:path"] --> node_validate_packaged_skill_5e32c890_9228ad58
  ext_node_path_78811c13["node:path"] --> node_validate_workflow_contracts_33dc063c_2f80e314
  ext_node_path_78811c13["node:path"] --> node_validator_1_0c0621d8_0e5afcb6
  ext_node_path_78811c13["node:path"] --> node_validator_2_744853f5_98bb2caf
  ext_node_path_78811c13["node:path"] --> node_validator_3_28b6e9f3_2ed5b007
  ext_node_path_78811c13["node:path"] --> node_validator_4_5180cf23_247c289b
  ext_node_path_78811c13["node:path"] --> node_validator_core_1_1518647e_d8d0b249
  ext_node_path_78811c13["node:path"] --> node_verify_coderabbit_490b4e71_8859655f
  ext_node_path_78811c13["node:path"] --> node_version_5ca4f385_fd75945b
  ext_node_path_78811c13["node:path"] --> node_version_coherence_69733bcb_00c8d5d9
  ext_node_path_78811c13["node:path"] --> node_workflow_generate_2fc0af62_803bbfeb
  ext_node_perf_hooks_906292ff["node:perf_hooks"] --> node_performance_overload_c685bfcf_291ef65a
  ext_node_process_00cdf119["node:process"] --> node_args_090772cf_1bac9202
  ext_node_process_00cdf119["node:process"] --> node_check_20f65c28_48d25399
  ext_node_process_00cdf119["node:process"] --> node_ci_migrate_core_7005b5af_7e295ae3
  ext_node_process_00cdf119["node:process"] --> node_ci_migrate_signing_2d82ac3f_9e5e8974
-   ext_node_process_00cdf119["node:process"] --> node_cli_1_084e05fe_02d92b68
+   ext_node_process_00cdf119["node:process"] --> node_cli_2_10bc8a77_c6dab4fb
  ext_node_process_00cdf119["node:process"] --> node_contract_cc8321d6_c0e3de0f
  ext_node_process_00cdf119["node:process"] --> node_next_c6c1c9a9_040a8dbb
  ext_node_process_00cdf119["node:process"] --> node_next_runner_41643472_9b94424f
  ext_node_process_00cdf119["node:process"] --> node_performance_overload_c685bfcf_291ef65a
  ext_node_process_00cdf119["node:process"] --> node_pr_closeout_args_8164b0a8_2240b166
  ext_node_process_00cdf119["node:process"] --> node_runtime_card_args_2b3d4b28_5cfe029c
  ext_node_process_00cdf119["node:process"] --> node_upgrade_core_b759da40_eeec275b
  ext_node_readline_bb6096cc["node:readline"] --> node_eject_1_d0ecd4d1_ba72accc
-   ext_node_url_d0cb3ad7["node:url"] --> node_ci_migrate_core_7005b5af_7e295ae3
  ext_node_url_d0cb3ad7["node:url"] --> node_cli_99bb8840_659774ba
  ext_node_url_d0cb3ad7["node:url"] --> node_coderabbit_csv_3ef61ffc_af2b743e
  ext_node_url_d0cb3ad7["node:url"] --> node_control_plane_core_db3b4cb2_27437a14
  ext_node_url_d0cb3ad7["node:url"] --> node_decision_packet_1_dd443771_92fa570e
  ext_node_url_d0cb3ad7["node:url"] --> node_gate_c974e17b_07549baf
  ext_node_url_d0cb3ad7["node:url"] --> node_health_core_2b2fdada_341de678
  ext_node_url_d0cb3ad7["node:url"] --> node_preset_resolver_dc3dd716_3f747c75
+   ext_node_url_d0cb3ad7["node:url"] --> node_repo_bound_paths_e218b5b3_216d0eb0
  ext_node_url_d0cb3ad7["node:url"] --> node_run_e2e_39efe696_fb07ee74
  ext_node_url_d0cb3ad7["node:url"] --> node_run_harness_evals_77704768_ba42904d
  ext_node_url_d0cb3ad7["node:url"] --> node_run_local_memory_preflight_36e92808_9841c57a
  ext_node_url_d0cb3ad7["node:url"] --> node_scaffold_ci_template_utils_1035b61c_0513532b
  ext_node_url_d0cb3ad7["node:url"] --> node_scaffold_governance_templates_5c949d24_3d624d65
  ext_node_url_d0cb3ad7["node:url"] --> node_scaffold_root_templates_61731280_c6c59378
  ext_node_url_d0cb3ad7["node:url"] --> node_scaffold_shell_templates_0ad0f915_ccc86664
  ext_node_url_d0cb3ad7["node:url"] --> node_scaffold_worktree_templates_66a38e9a_ff3c085c
  ext_node_url_d0cb3ad7["node:url"] --> node_test_harness_upgrade_matrix_84113c4e_e0838daa
  ext_node_url_d0cb3ad7["node:url"] --> node_ui_loop_internal_f2eb8892_c4b49e6a
  ext_node_url_d0cb3ad7["node:url"] --> node_version_5ca4f385_fd75945b
  ext_picomatch_2ebdbf14["picomatch"] --> node_detector_2_b0fc2f46_7ea6b320
  ext_picomatch_2ebdbf14["picomatch"] --> node_policy_823412d1_3bce1002
  ext_picomatch_2ebdbf14["picomatch"] --> node_resolver_439c3635_729842aa
  ext_picomatch_2ebdbf14["picomatch"] --> node_risk_tier_1_96b6ff91_19911c0e
  ext_semver_b4039641["semver"] --> node_check_environment_core_2c16213f_a8a456d9
  ext_semver_b4039641["semver"] --> node_doctor_tool_checks_4acac51a_9e791a28
  ext_semver_b4039641["semver"] --> node_migration_8a6cead4_3c3cc0a4
  ext_semver_b4039641["semver"] --> node_schema_migrate_c0646635_f0e7b25b
  ext_semver_b4039641["semver"] --> node_update_core_bced358c_b710dd59
  ext_semver_b4039641["semver"] --> node_upgrade_1_b277486e_4a06b7a8
  ext_semver_b4039641["semver"] --> node_validator_helpers_7b927667_8b691f8f
  ext_sqlite_vec_bae73cf2["sqlite-vec"] --> node_store_824d80d7_69038a3e
  ext_typescript_fb9da861["typescript"] --> node_check_code_size_9c5efc3a_154124ae
  ext_typescript_fb9da861["typescript"] --> node_check_public_api_docs_a9604f1b_f824853c
  ext_typescript_fb9da861["typescript"] --> node_check_self_affirming_tests_7638e575_c6155698
  ext_typescript_fb9da861["typescript"] --> node_source_outline_1_54a631fa_8582fb07
  ext_vitest_4c9cfa13["vitest"] --> node_vitest_e2e_config_4e2a61bc_3efa3f07
  style ext_better_sqlite3_d7ed8f1a fill:#f59e0b,color:#fff
  style ext_child_process_4845fa97 fill:#f59e0b,color:#fff
  style ext_diff_75a0ee1b fill:#f59e0b,color:#fff
  style ext_effect_68d1dae1 fill:#f59e0b,color:#fff
  style ext_fs_3f4bb586 fill:#f59e0b,color:#fff
  style ext_inquirer_prompts_4d547149 fill:#f59e0b,color:#fff
  style ext_lodash_901466a5 fill:#f59e0b,color:#fff
  style ext_node_child_process_f62b7d19 fill:#f59e0b,color:#fff
  style ext_node_crypto_c7dfc512 fill:#f59e0b,color:#fff
  style ext_node_dns_828a0bbf fill:#f59e0b,color:#fff
  style ext_node_fs_a15b7d96 fill:#f59e0b,color:#fff
  style ext_node_module_ca1b42af fill:#f59e0b,color:#fff
  style ext_node_os_d93fe73a fill:#f59e0b,color:#fff
  style ext_node_path_78811c13 fill:#f59e0b,color:#fff
  style ext_node_perf_hooks_906292ff fill:#f59e0b,color:#fff
  style ext_node_process_00cdf119 fill:#f59e0b,color:#fff
  style ext_node_readline_bb6096cc fill:#f59e0b,color:#fff
  style ext_node_url_d0cb3ad7 fill:#f59e0b,color:#fff
  style ext_octokit_plugin_retry_c9aecc53 fill:#f59e0b,color:#fff
  style ext_octokit_plugin_throttling_7909ece3 fill:#f59e0b,color:#fff
  style ext_octokit_request_error_98ae13cc fill:#f59e0b,color:#fff
  style ext_octokit_rest_c6e4d192 fill:#f59e0b,color:#fff
  style ext_picomatch_2ebdbf14 fill:#f59e0b,color:#fff
  style ext_semver_b4039641 fill:#f59e0b,color:#fff
  style ext_sqlite_vec_bae73cf2 fill:#f59e0b,color:#fff
  style ext_typescript_fb9da861 fill:#f59e0b,color:#fff
  style ext_vitest_4c9cfa13 fill:#f59e0b,color:#fff
